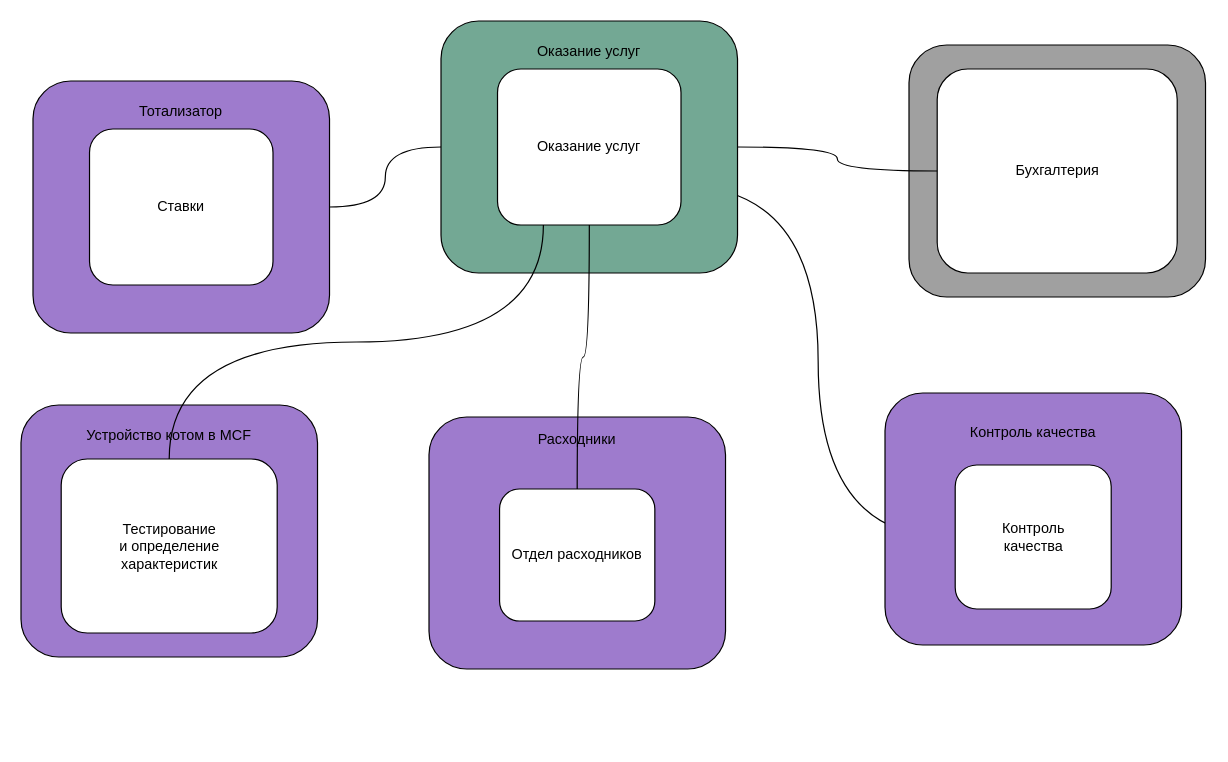
This is 2/domain.drawio from teddybear/system_analysis_course, a draw.io file, before an edit. Source tidied: cells renumbered, new cells numbered last; positions are measured from the earlier drawing's top-left corner, leaving out a move shared by most shapes. Both pictures are drawn from the tidied source at 120%, with x=0, y=0 at pixel (20, 20).
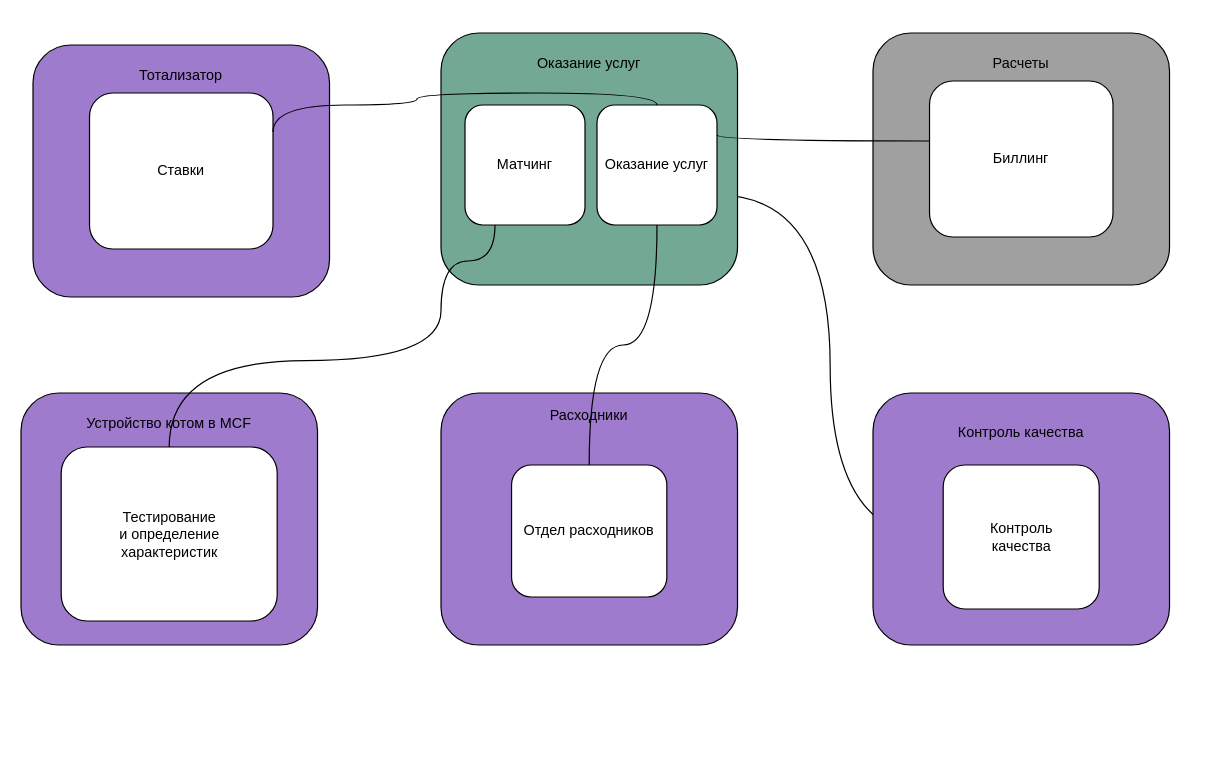
After the change.

Unchanged cells that the change refers to:
```xml
<mxCell id="4" value="Тотализатор&lt;br&gt;&lt;br&gt;&lt;br&gt;&lt;br&gt;&lt;br&gt;&lt;br&gt;&lt;br&gt;&lt;br&gt;&lt;br&gt;&lt;br&gt;&lt;br&gt;&lt;br&gt;" style="rounded=1;whiteSpace=wrap;html=1;fillColor=#9E7BCD;" parent="3" vertex="1">
  <mxGeometry width="247.1" height="210" as="geometry" />
</mxCell>
<mxCell id="5" value="Ставки" style="rounded=1;whiteSpace=wrap;html=1;" parent="3" vertex="1">
  <mxGeometry x="47.1" y="40" width="152.9" height="130" as="geometry" />
</mxCell>
<mxCell id="7" value="Оказание услуг&lt;br&gt;&lt;br&gt;&lt;br&gt;&lt;br&gt;&lt;br&gt;&lt;br&gt;&lt;br&gt;&lt;br&gt;&lt;br&gt;&lt;br&gt;&lt;br&gt;&lt;br&gt;" style="rounded=1;whiteSpace=wrap;html=1;fillColor=#73a894;" parent="6" vertex="1">
  <mxGeometry width="247.1" height="210" as="geometry" />
</mxCell>
<mxCell id="11" value="Отдел расходников" style="rounded=1;whiteSpace=wrap;html=1;" parent="9" vertex="1">
  <mxGeometry x="58.8" y="60" width="129.4" height="110" as="geometry" />
</mxCell>
```

The edit, as a diff of the source:
```diff
@@
     <mxCell id="3" style="group;" parent="1" vertex="1">
-      <mxGeometry x="10" y="50" width="247.1" height="210" as="geometry" />
+      <mxGeometry x="10" y="20" width="247.1" height="210" as="geometry" />
     </mxCell>
@@
     <mxCell id="6" style="group;" parent="1" vertex="1">
-      <mxGeometry x="350" width="247.1" height="210" as="geometry" />
+      <mxGeometry x="350" y="10" width="247.1" height="210" as="geometry" />
     </mxCell>
@@
+    <mxCell id="24" value="Матчинг" style="rounded=1;whiteSpace=wrap;html=1;" parent="6" vertex="1">
+      <mxGeometry x="20" y="60" width="100" height="100" as="geometry" />
+    </mxCell>
     <mxCell id="8" value="Оказание услуг" style="rounded=1;whiteSpace=wrap;html=1;" parent="6" vertex="1">
-      <mxGeometry x="47.1" y="40" width="152.9" height="130" as="geometry" />
+      <mxGeometry x="130" y="60" width="100" height="100" as="geometry" />
     </mxCell>
     <mxCell id="9" style="group;" parent="1" vertex="1">
-      <mxGeometry x="340" y="330" width="247.1" height="210" as="geometry" />
+      <mxGeometry x="350" y="310" width="247.1" height="210" as="geometry" />
     </mxCell>
@@
     <mxCell id="12" style="group;" parent="1" vertex="1">
-      <mxGeometry x="720" y="310" width="247.1" height="290" as="geometry" />
+      <mxGeometry x="710" y="310" width="247.1" height="290" as="geometry" />
     </mxCell>
@@
     <mxCell id="15" style="group;" parent="1" vertex="1">
-      <mxGeometry x="740" y="20" width="247.1" height="210" as="geometry" />
+      <mxGeometry x="710" y="10" width="247.1" height="210" as="geometry" />
     </mxCell>
-    <mxCell id="16" style="rounded=1;whiteSpace=wrap;html=1;fillColor=#a0a0a0;" parent="15" vertex="1">
+    <mxCell id="16" value="Расчеты&lt;br&gt;&lt;br&gt;&lt;br&gt;&lt;br&gt;&lt;br&gt;&lt;br&gt;&lt;br&gt;&lt;br&gt;&lt;br&gt;&lt;br&gt;&lt;br&gt;&lt;br&gt;" style="rounded=1;whiteSpace=wrap;html=1;fillColor=#a0a0a0;" parent="15" vertex="1">
       <mxGeometry width="247.1" height="210" as="geometry" />
     </mxCell>
-    <mxCell id="17" value="Бухгалтерия" style="rounded=1;whiteSpace=wrap;html=1;" parent="15" vertex="1">
-      <mxGeometry x="23.5" y="20" width="200" height="170" as="geometry" />
+    <mxCell id="17" value="Биллинг" style="rounded=1;whiteSpace=wrap;html=1;" parent="15" vertex="1">
+      <mxGeometry x="47.1" y="40" width="152.9" height="130" as="geometry" />
     </mxCell>
-    <mxCell id="18" style="edgeStyle=orthogonalEdgeStyle;jettySize=auto;html=1;endArrow=none;endFill=0;curved=1;" parent="1" edge="1" source="8" target="11">
+    <mxCell id="18" style="edgeStyle=orthogonalEdgeStyle;jettySize=auto;html=1;endArrow=none;endFill=0;curved=1;exitX=0.5;exitY=1;exitDx=0;exitDy=0;" parent="1" edge="1" source="8" target="11">
       <mxGeometry relative="1" as="geometry" />
     </mxCell>
-    <mxCell id="19" style="jettySize=auto;html=1;endArrow=none;endFill=0;edgeStyle=orthogonalEdgeStyle;curved=1;" parent="1" edge="1" source="7" target="17">
-      <mxGeometry relative="1" as="geometry" />
+    <mxCell id="19" style="jettySize=auto;html=1;endArrow=none;endFill=0;edgeStyle=orthogonalEdgeStyle;curved=1;exitX=1;exitY=0.25;exitDx=0;exitDy=0;" parent="1" edge="1" source="8" target="17">
+      <mxGeometry relative="1" as="geometry">
+        <Array as="points">
+          <mxPoint x="580" y="100" />
+        </Array>
+      </mxGeometry>
     </mxCell>
-    <mxCell id="20" style="edgeStyle=orthogonalEdgeStyle;jettySize=auto;html=1;curved=1;endArrow=none;endFill=0;" parent="1" edge="1" source="7" target="4">
-      <mxGeometry relative="1" as="geometry" />
+    <mxCell id="20" style="edgeStyle=orthogonalEdgeStyle;jettySize=auto;html=1;curved=1;endArrow=none;endFill=0;exitX=0.5;exitY=0;exitDx=0;exitDy=0;entryX=1;entryY=0.25;entryDx=0;entryDy=0;" parent="1" edge="1" source="8" target="5">
+      <mxGeometry relative="1" as="geometry">
+        <Array as="points">
+          <mxPoint x="530" y="60" />
+          <mxPoint x="330" y="60" />
+          <mxPoint x="330" y="70" />
+          <mxPoint x="210" y="70" />
+        </Array>
+      </mxGeometry>
     </mxCell>
+    <mxCell id="25" style="group;" parent="1" vertex="1">
+      <mxGeometry y="310" width="247.1" height="210" as="geometry" />
+    </mxCell>
-    <mxCell id="21" value="Устройство котом в MCF&lt;br&gt;&lt;br&gt;&lt;br&gt;&lt;br&gt;&lt;br&gt;&lt;br&gt;&lt;br&gt;&lt;br&gt;&lt;br&gt;&lt;br&gt;&lt;br&gt;&lt;br&gt;" style="rounded=1;whiteSpace=wrap;html=1;fillColor=#9E7BCD;" parent="1" vertex="1">
-      <mxGeometry y="320" width="247.1" height="210" as="geometry" />
+    <mxCell id="21" value="Устройство котом в MCF&lt;br&gt;&lt;br&gt;&lt;br&gt;&lt;br&gt;&lt;br&gt;&lt;br&gt;&lt;br&gt;&lt;br&gt;&lt;br&gt;&lt;br&gt;&lt;br&gt;&lt;br&gt;" style="rounded=1;whiteSpace=wrap;html=1;fillColor=#9E7BCD;" parent="25" vertex="1">
+      <mxGeometry width="247.1" height="210" as="geometry" />
     </mxCell>
-    <mxCell id="22" value="Тестирование&lt;br&gt;и определение&lt;br&gt;характеристик" style="rounded=1;whiteSpace=wrap;html=1;" parent="1" vertex="1">
-      <mxGeometry x="33.5" y="365" width="180" height="145" as="geometry" />
+    <mxCell id="22" value="Тестирование&lt;br&gt;и определение&lt;br&gt;характеристик" style="rounded=1;whiteSpace=wrap;html=1;" parent="25" vertex="1">
+      <mxGeometry x="33.5" y="45" width="180" height="145" as="geometry" />
     </mxCell>
-    <mxCell id="23" style="edgeStyle=orthogonalEdgeStyle;jettySize=auto;html=1;exitX=0.25;exitY=1;exitDx=0;exitDy=0;entryX=0.5;entryY=0;entryDx=0;entryDy=0;endArrow=none;endFill=0;curved=1;" parent="1" edge="1" source="8" target="22">
-      <mxGeometry relative="1" as="geometry" />
+    <mxCell id="23" style="edgeStyle=orthogonalEdgeStyle;jettySize=auto;html=1;exitX=0.25;exitY=1;exitDx=0;exitDy=0;entryX=0.5;entryY=0;entryDx=0;entryDy=0;endArrow=none;endFill=0;curved=1;" parent="1" edge="1" source="24" target="22">
+      <mxGeometry relative="1" as="geometry">
+        <Array as="points">
+          <mxPoint x="350" y="200" />
+          <mxPoint x="350" y="283" />
+          <mxPoint x="124" y="283" />
+        </Array>
+      </mxGeometry>
     </mxCell>
```
